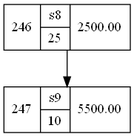
This is Cliente/src/assets/arboles/inventario.png from RojasCJP/EDD_VirtualMall_201900289, a Graphviz export, as it was before one commit. Its source is kept beside it as Cliente/src/assets/graphviz/inventario.dot.
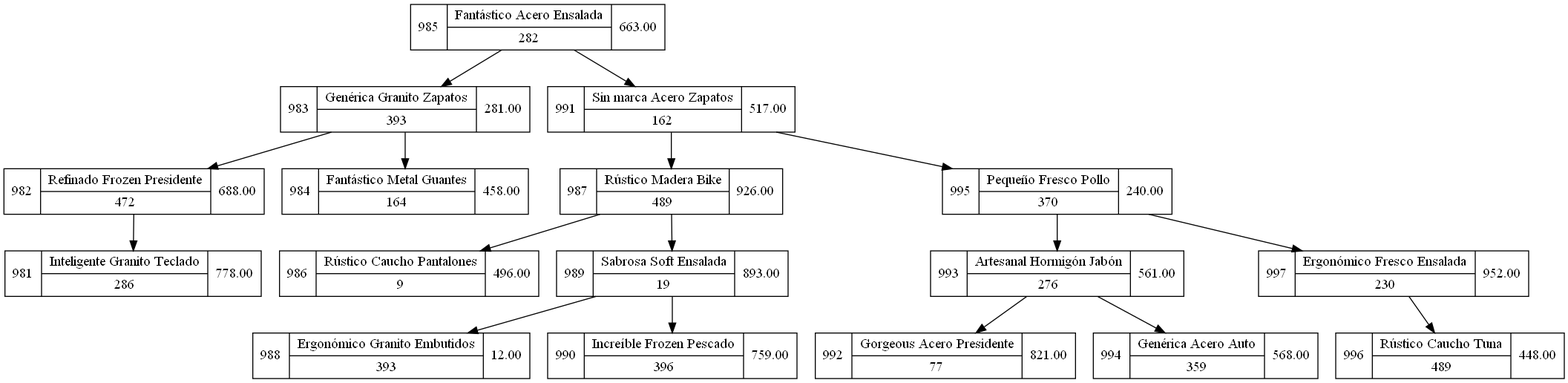
Above is the later version.

Change to the diagram source:
```diff
@@ -1,6 +1,36 @@
 digraph arbol{
   node [shape=record]
-"246" [label="246|{s8|25}|2500.00"]
-"246"->"247"
-"247" [label="247|{s9|10}|5500.00"]
+"981" [label="981|{Inteligente Granito Teclado|286}|778.00"]
+"982" [label="982|{Refinado Frozen Presidente|472}|688.00"]
+"982"->"981"
+"983" [label="983|{Genérica Granito Zapatos|393}|281.00"]
+"983"->"982"
+"983"->"984"
+"984" [label="984|{Fantástico Metal Guantes|164}|458.00"]
+"985" [label="985|{Fantástico Acero Ensalada|282}|663.00"]
+"985"->"983"
+"985"->"991"
+"986" [label="986|{Rústico Caucho Pantalones|9}|496.00"]
+"987" [label="987|{Rústico Madera Bike|489}|926.00"]
+"987"->"986"
+"987"->"989"
+"988" [label="988|{Ergonómico Granito Embutidos|393}|12.00"]
+"989" [label="989|{Sabrosa Soft Ensalada|19}|893.00"]
+"989"->"988"
+"989"->"990"
+"990" [label="990|{Increíble Frozen Pescado|396}|759.00"]
+"991" [label="991|{Sin marca Acero Zapatos|162}|517.00"]
+"991"->"987"
+"991"->"995"
+"992" [label="992|{Gorgeous Acero Presidente|77}|821.00"]
+"993" [label="993|{Artesanal Hormigón Jabón|276}|561.00"]
+"993"->"992"
+"993"->"994"
+"994" [label="994|{Genérica Acero Auto|359}|568.00"]
+"995" [label="995|{Pequeño Fresco Pollo|370}|240.00"]
+"995"->"993"
+"995"->"997"
+"996" [label="996|{Rústico Caucho Tuna|489}|448.00"]
+"997" [label="997|{Ergonómico Fresco Ensalada|230}|952.00"]
+"997"->"996"
 }
```
